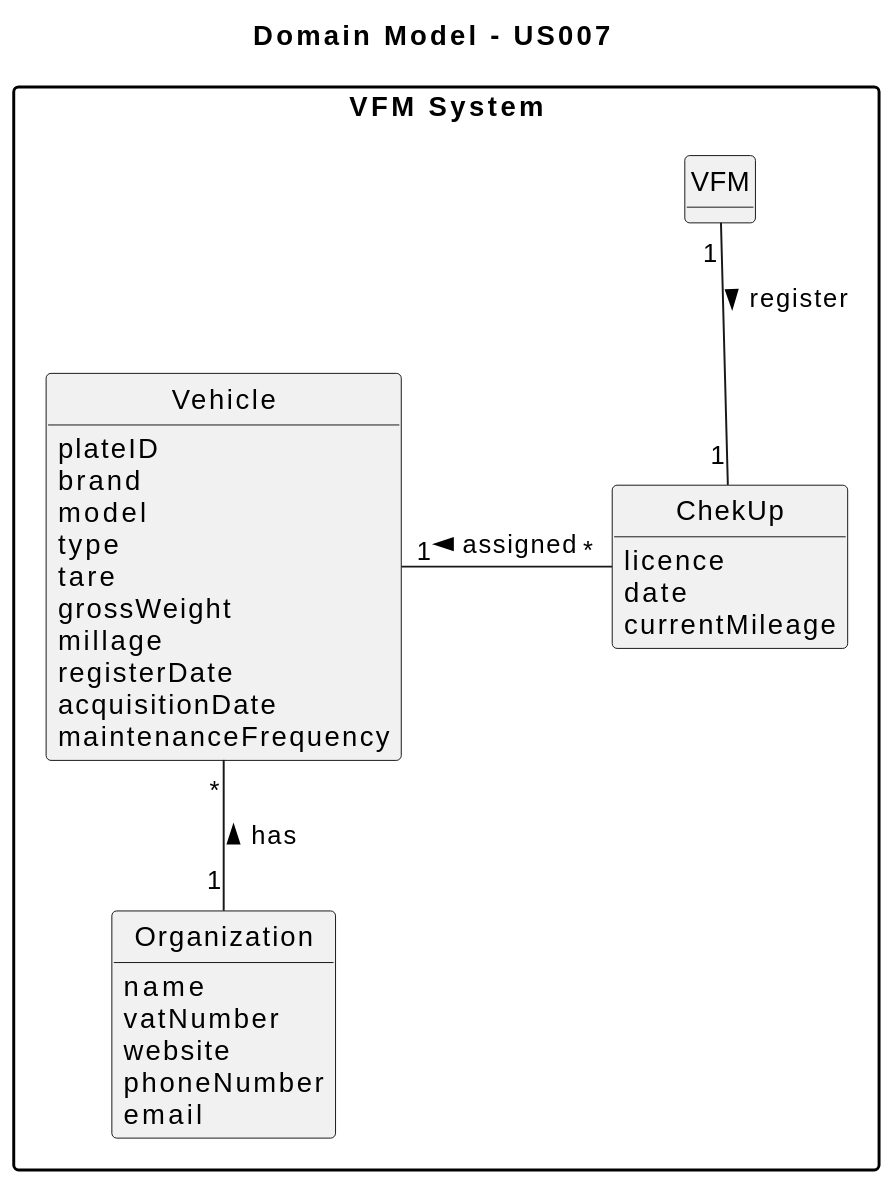
SAEmanuel/Green_Spaces_Management_ISEP keeps this PlantUML diagram as docs/sprintB/us007/02.analysis/svg/us007-domain-model.svg. Above is the earlier version.
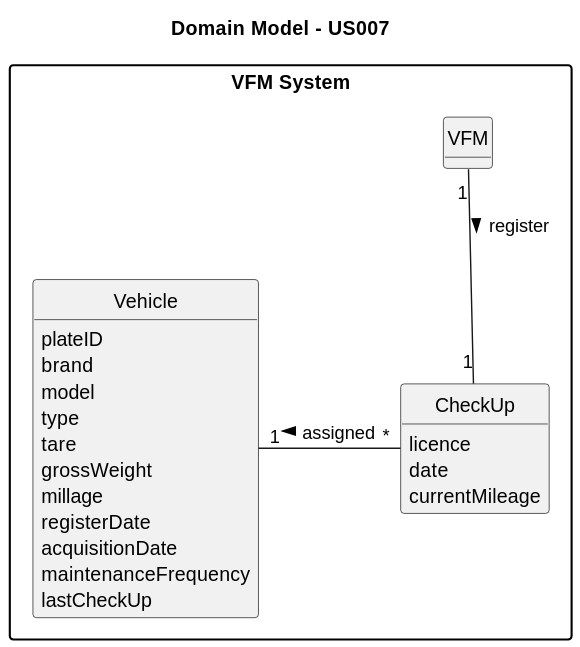
After the commit.

Change to the diagram source:
```diff
@@ -15,7 +15,7 @@
     class VFM {
     }
 
-    class ChekUp {
+    class CheckUp {
         licence
         date
         currentMileage
@@ -32,20 +32,10 @@
          registerDate
          acquisitionDate
          maintenanceFrequency
+         lastCheckUp
     }
 
-    class Organization {
-            name
-            vatNumber
-            website
-            phoneNumber
-            email
-        }
-
-
-    Vehicle "*" -- "1" Organization : has <
-
-    VFM "1" -- "1" ChekUp : register >
-    Vehicle "1" - "*" ChekUp : assigned <
+    VFM "1" -- "1" CheckUp : register >
+    Vehicle "1" - "*" CheckUp : assigned <
 }
 @enduml
```
